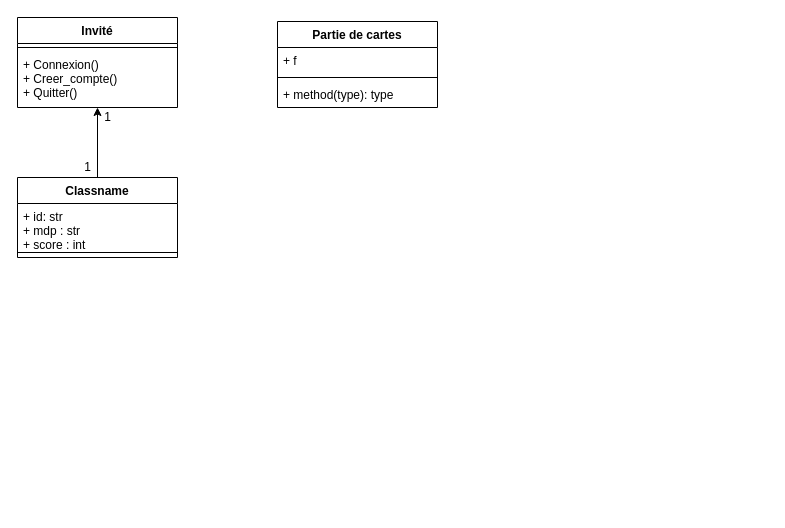
Above: Diagrams/Entity Relationship Diagram.drawio in MailineN/ProjetInfo2A (draw.io), before the change. Source tidied: cells renumbered, new cells numbered last; positions are measured from the earlier drawing's top-left corner, leaving out a move shared by most shapes. Both pictures are drawn from the tidied source at 100%, with x=0, y=0 at pixel (17, 17).
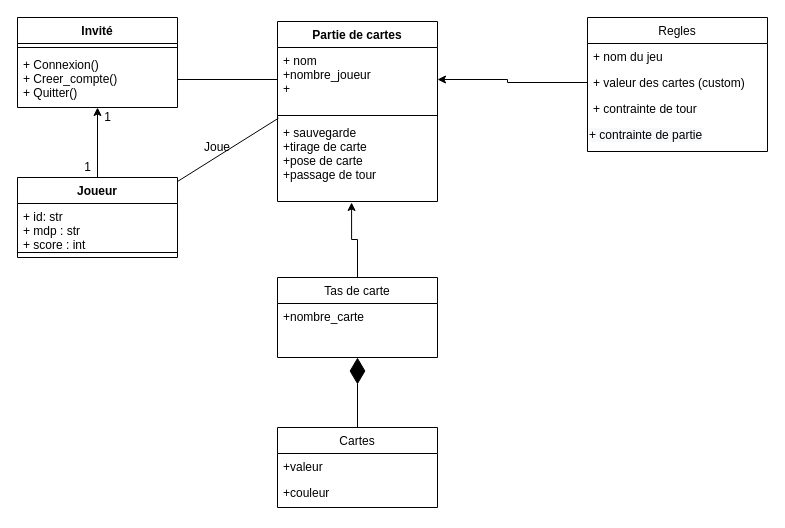
The same diagram, later.

Unchanged cells that the change refers to:
```xml
<mxCell id="4" value="+ Connexion()&#10;+ Creer_compte()&#10;+ Quitter()" style="text;strokeColor=none;fillColor=none;align=left;verticalAlign=top;spacingLeft=4;spacingRight=4;overflow=hidden;points=[[0,0.5],[1,0.5]];portConstraint=eastwest;" parent="2" vertex="1">
  <mxGeometry y="34" width="160" height="56" as="geometry" />
</mxCell>
```

Diff of the diagram source:
```diff
@@
-<mxGraphModel>
+<mxGraphModel background="#ffffff">
@@
-    <mxCell id="6" value="Classname" style="swimlane;fontStyle=1;align=center;verticalAlign=top;horizontal=1;startSize=26;" parent="1" vertex="1">
+    <mxCell id="6" value="Joueur" style="swimlane;fontStyle=1;align=center;verticalAlign=top;horizontal=1;startSize=26;" parent="1" vertex="1">
       <mxGeometry y="160" width="160" height="80" as="geometry" />
     </mxCell>
@@
     <mxCell id="11" value="Partie de cartes" style="swimlane;fontStyle=1;align=center;verticalAlign=top;horizontal=1;startSize=26;" parent="1" vertex="1">
-      <mxGeometry x="260" y="4" width="160" height="86" as="geometry" />
+      <mxGeometry x="260" y="4" width="160" height="180" as="geometry" />
     </mxCell>
-    <mxCell id="12" value="+ f" style="text;strokeColor=none;fillColor=none;align=left;verticalAlign=top;spacingLeft=4;spacingRight=4;overflow=hidden;points=[[0,0.5],[1,0.5]];portConstraint=eastwest;" parent="11" vertex="1">
-      <mxGeometry y="26" width="160" height="26" as="geometry" />
+    <mxCell id="12" value="+ nom&#10;+nombre_joueur&#10;+" style="text;strokeColor=none;fillColor=none;align=left;verticalAlign=top;spacingLeft=4;spacingRight=4;overflow=hidden;points=[[0,0.5],[1,0.5]];portConstraint=eastwest;" parent="11" vertex="1">
+      <mxGeometry y="26" width="160" height="64" as="geometry" />
     </mxCell>
     <mxCell id="13" style="line;strokeWidth=1;fillColor=none;align=left;verticalAlign=middle;spacingTop=-1;spacingLeft=3;spacingRight=3;labelPosition=right;" parent="11" vertex="1">
-      <mxGeometry y="52" width="160" height="8" as="geometry" />
+      <mxGeometry y="90" width="160" height="8" as="geometry" />
     </mxCell>
-    <mxCell id="14" value="+ method(type): type" style="text;strokeColor=none;fillColor=none;align=left;verticalAlign=top;spacingLeft=4;spacingRight=4;overflow=hidden;points=[[0,0.5],[1,0.5]];portConstraint=eastwest;" parent="11" vertex="1">
-      <mxGeometry y="60" width="160" height="26" as="geometry" />
+    <mxCell id="14" value="+ sauvegarde&#10;+tirage de carte&#10;+pose de carte&#10;+passage de tour" style="text;strokeColor=none;fillColor=none;align=left;verticalAlign=top;spacingLeft=4;spacingRight=4;overflow=hidden;points=[[0,0.5],[1,0.5]];portConstraint=eastwest;" parent="11" vertex="1">
+      <mxGeometry y="98" width="160" height="82" as="geometry" />
     </mxCell>
+    <mxCell id="15" value="Regles" style="swimlane;fontStyle=0;horizontal=1;startSize=26;fillColor=none;" parent="1" vertex="1">
+      <mxGeometry x="570" width="180" height="134" as="geometry" />
+    </mxCell>
+    <mxCell id="16" value="+ nom du jeu" style="text;strokeColor=none;fillColor=none;align=left;verticalAlign=top;spacingLeft=4;spacingRight=4;overflow=hidden;" parent="15" vertex="1">
+      <mxGeometry y="26" width="180" height="26" as="geometry" />
+    </mxCell>
+    <mxCell id="17" value="+ valeur des cartes (custom)" style="text;strokeColor=none;fillColor=none;align=left;verticalAlign=top;spacingLeft=4;spacingRight=4;overflow=hidden;points=[[0,0.5],[1,0.5]];portConstraint=eastwest;" parent="15" vertex="1">
+      <mxGeometry y="52" width="180" height="26" as="geometry" />
+    </mxCell>
+    <mxCell id="18" value="+ contrainte de tour" style="text;strokeColor=none;fillColor=none;align=left;verticalAlign=top;spacingLeft=4;spacingRight=4;overflow=hidden;" parent="15" vertex="1">
+      <mxGeometry y="78" width="180" height="26" as="geometry" />
+    </mxCell>
+    <mxCell id="19" value="&lt;span style=&quot;color: rgb(0 , 0 , 0) ; font-family: &amp;#34;helvetica&amp;#34; ; font-size: 12px ; font-style: normal ; font-weight: 400 ; letter-spacing: normal ; text-align: left ; text-indent: 0px ; text-transform: none ; word-spacing: 0px ; background-color: rgb(248 , 249 , 250) ; display: inline ; float: none&quot;&gt;+ contrainte de partie&lt;/span&gt;" style="text;whiteSpace=wrap;html=1;" parent="15" vertex="1">
+      <mxGeometry y="104" width="180" height="30" as="geometry" />
+    </mxCell>
+    <mxCell id="20" style="endArrow=diamondThin;endFill=1;endSize=24;html=1;exitX=0.5;exitY=0;exitDx=0;exitDy=0;" parent="1" edge="1" source="27" target="26">
+      <mxGeometry relative="1" as="geometry" />
+    </mxCell>
+    <mxCell id="21" style="edgeStyle=orthogonalEdgeStyle;rounded=0;jettySize=auto;html=1;exitX=0;exitY=0.5;exitDx=0;exitDy=0;entryX=1;entryY=0.5;entryDx=0;entryDy=0;" parent="1" edge="1" source="17" target="12">
+      <mxGeometry relative="1" as="geometry">
+        <Array as="points">
+          <mxPoint x="490" y="65" />
+          <mxPoint x="490" y="62" />
+        </Array>
+      </mxGeometry>
+    </mxCell>
+    <mxCell id="22" style="endArrow=none;html=1;entryX=0.006;entryY=-0.016;entryDx=0;entryDy=0;entryPerimeter=0;" parent="1" edge="1" target="14">
+      <mxGeometry relative="1" as="geometry">
+        <mxPoint x="160" y="164" as="sourcePoint" />
+      </mxGeometry>
+    </mxCell>
+    <mxCell id="23" value="Joue" style="text;html=1;strokeColor=none;fillColor=none;align=center;verticalAlign=middle;whiteSpace=wrap;rounded=0;" parent="1" vertex="1">
+      <mxGeometry x="180" y="120" width="40" height="20" as="geometry" />
+    </mxCell>
+    <mxCell id="24" style="edgeStyle=orthogonalEdgeStyle;rounded=0;jettySize=auto;html=1;exitX=0.5;exitY=0;exitDx=0;exitDy=0;entryX=0.463;entryY=1.012;entryDx=0;entryDy=0;entryPerimeter=0;" parent="1" edge="1" source="25" target="14">
+      <mxGeometry relative="1" as="geometry" />
+    </mxCell>
+    <mxCell id="25" value="Tas de carte" style="swimlane;fontStyle=0;horizontal=1;startSize=26;fillColor=none;" parent="1" vertex="1">
+      <mxGeometry x="260" y="260" width="160" height="80" as="geometry" />
+    </mxCell>
+    <mxCell id="26" value="+nombre_carte" style="text;strokeColor=none;fillColor=none;align=left;verticalAlign=top;spacingLeft=4;spacingRight=4;overflow=hidden;points=[[0,0.5],[1,0.5]];portConstraint=eastwest;" parent="25" vertex="1">
+      <mxGeometry y="26" width="160" height="54" as="geometry" />
+    </mxCell>
+    <mxCell id="27" value="Cartes" style="swimlane;fontStyle=0;horizontal=1;startSize=26;fillColor=none;" parent="1" vertex="1">
+      <mxGeometry x="260" y="410" width="160" height="80" as="geometry" />
+    </mxCell>
+    <mxCell id="28" value="+valeur" style="text;strokeColor=none;fillColor=none;align=left;verticalAlign=top;spacingLeft=4;spacingRight=4;overflow=hidden;" parent="27" vertex="1">
+      <mxGeometry y="26" width="160" height="26" as="geometry" />
+    </mxCell>
+    <mxCell id="29" value="+couleur" style="text;strokeColor=none;fillColor=none;align=left;verticalAlign=top;spacingLeft=4;spacingRight=4;overflow=hidden;" parent="27" vertex="1">
+      <mxGeometry y="52" width="160" height="28" as="geometry" />
+    </mxCell>
+    <mxCell id="30" style="endArrow=none;html=1;exitX=1;exitY=0.5;exitDx=0;exitDy=0;" parent="1" edge="1" source="4" target="12">
+      <mxGeometry relative="1" as="geometry" />
+    </mxCell>
```
